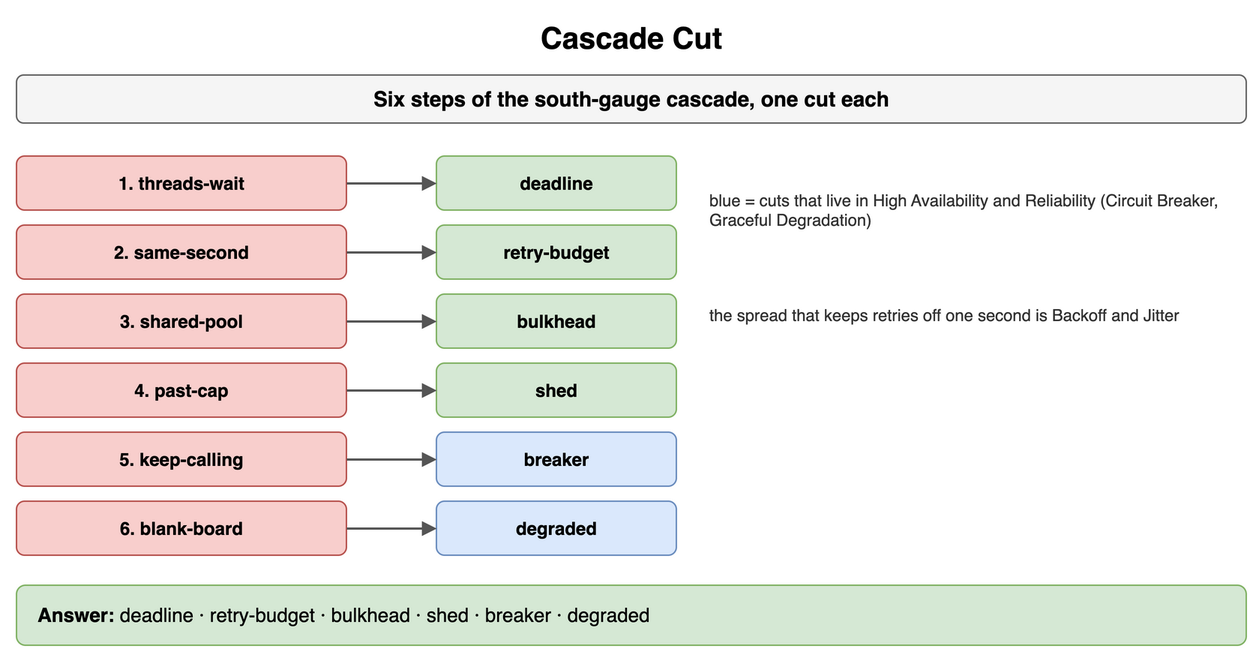
Earlier version of the draw.io export content/09_System_Design_Interview/15_Distributed_System_Failure_Modes/diagrams/failure-modes-drills-8-cascade-cut.png (amendez13/swe-study-guide). Source tidied: cells renumbered, new cells last; positions are measured from the earlier drawing's top-left corner, leaving out a move shared by most shapes. Source of this version:
```xml
<mxGraphModel>
  <root>
    <mxCell id="0" />
    <mxCell id="1" parent="0" />
    <mxCell id="2" value="Cascade Cut" style="text;html=1;align=center;verticalAlign=middle;whiteSpace=wrap;fontSize=20;fontStyle=1;" parent="1" vertex="1">
      <mxGeometry width="820" height="30" as="geometry" />
    </mxCell>
    <mxCell id="3" value="Six steps of the south-gauge cascade, one cut each" style="rounded=1;whiteSpace=wrap;html=1;fillColor=#f5f5f5;strokeColor=#666666;fontStyle=1;fontSize=14;" parent="1" vertex="1">
      <mxGeometry y="40" width="820" height="32" as="geometry" />
    </mxCell>
    <mxCell id="4" value="1. threads-wait" style="rounded=1;whiteSpace=wrap;html=1;fillColor=#f8cecc;strokeColor=#b85450;fontSize=12;align=center;fontStyle=1;" parent="1" vertex="1">
      <mxGeometry y="94" width="220" height="36" as="geometry" />
    </mxCell>
    <mxCell id="5" value="deadline" style="rounded=1;whiteSpace=wrap;html=1;fillColor=#d5e8d4;strokeColor=#82b366;fontSize=12;align=center;fontStyle=1;" parent="1" vertex="1">
      <mxGeometry x="280" y="94" width="160" height="36" as="geometry" />
    </mxCell>
    <mxCell id="6" style="endArrow=block;endSize=6;html=1;strokeWidth=1.5;strokeColor=#555555;fontSize=11;labelBackgroundColor=#ffffff;" parent="1" edge="1" source="4" target="5">
      <mxGeometry relative="1" as="geometry" />
    </mxCell>
    <mxCell id="7" value="2. same-second" style="rounded=1;whiteSpace=wrap;html=1;fillColor=#f8cecc;strokeColor=#b85450;fontSize=12;align=center;fontStyle=1;" parent="1" vertex="1">
      <mxGeometry y="140" width="220" height="36" as="geometry" />
    </mxCell>
    <mxCell id="8" value="retry-budget" style="rounded=1;whiteSpace=wrap;html=1;fillColor=#d5e8d4;strokeColor=#82b366;fontSize=12;align=center;fontStyle=1;" parent="1" vertex="1">
      <mxGeometry x="280" y="140" width="160" height="36" as="geometry" />
    </mxCell>
    <mxCell id="9" style="endArrow=block;endSize=6;html=1;strokeWidth=1.5;strokeColor=#555555;fontSize=11;labelBackgroundColor=#ffffff;" parent="1" edge="1" source="7" target="8">
      <mxGeometry relative="1" as="geometry" />
    </mxCell>
    <mxCell id="10" value="3. shared-pool" style="rounded=1;whiteSpace=wrap;html=1;fillColor=#f8cecc;strokeColor=#b85450;fontSize=12;align=center;fontStyle=1;" parent="1" vertex="1">
      <mxGeometry y="186" width="220" height="36" as="geometry" />
    </mxCell>
    <mxCell id="11" value="bulkhead" style="rounded=1;whiteSpace=wrap;html=1;fillColor=#d5e8d4;strokeColor=#82b366;fontSize=12;align=center;fontStyle=1;" parent="1" vertex="1">
      <mxGeometry x="280" y="186" width="160" height="36" as="geometry" />
    </mxCell>
    <mxCell id="12" style="endArrow=block;endSize=6;html=1;strokeWidth=1.5;strokeColor=#555555;fontSize=11;labelBackgroundColor=#ffffff;" parent="1" edge="1" source="10" target="11">
      <mxGeometry relative="1" as="geometry" />
    </mxCell>
    <mxCell id="13" value="4. past-cap" style="rounded=1;whiteSpace=wrap;html=1;fillColor=#f8cecc;strokeColor=#b85450;fontSize=12;align=center;fontStyle=1;" parent="1" vertex="1">
      <mxGeometry y="232" width="220" height="36" as="geometry" />
    </mxCell>
    <mxCell id="14" value="shed" style="rounded=1;whiteSpace=wrap;html=1;fillColor=#d5e8d4;strokeColor=#82b366;fontSize=12;align=center;fontStyle=1;" parent="1" vertex="1">
      <mxGeometry x="280" y="232" width="160" height="36" as="geometry" />
    </mxCell>
    <mxCell id="15" style="endArrow=block;endSize=6;html=1;strokeWidth=1.5;strokeColor=#555555;fontSize=11;labelBackgroundColor=#ffffff;" parent="1" edge="1" source="13" target="14">
      <mxGeometry relative="1" as="geometry" />
    </mxCell>
    <mxCell id="16" value="5. keep-calling" style="rounded=1;whiteSpace=wrap;html=1;fillColor=#f8cecc;strokeColor=#b85450;fontSize=12;align=center;fontStyle=1;" parent="1" vertex="1">
      <mxGeometry y="278" width="220" height="36" as="geometry" />
    </mxCell>
    <mxCell id="17" value="breaker" style="rounded=1;whiteSpace=wrap;html=1;fillColor=#dae8fc;strokeColor=#6c8ebf;fontSize=12;align=center;fontStyle=1;" parent="1" vertex="1">
      <mxGeometry x="280" y="278" width="160" height="36" as="geometry" />
    </mxCell>
    <mxCell id="18" style="endArrow=block;endSize=6;html=1;strokeWidth=1.5;strokeColor=#555555;fontSize=11;labelBackgroundColor=#ffffff;" parent="1" edge="1" source="16" target="17">
      <mxGeometry relative="1" as="geometry" />
    </mxCell>
    <mxCell id="19" value="6. blank-board" style="rounded=1;whiteSpace=wrap;html=1;fillColor=#f8cecc;strokeColor=#b85450;fontSize=12;align=center;fontStyle=1;" parent="1" vertex="1">
      <mxGeometry y="324" width="220" height="36" as="geometry" />
    </mxCell>
    <mxCell id="20" value="degraded" style="rounded=1;whiteSpace=wrap;html=1;fillColor=#dae8fc;strokeColor=#6c8ebf;fontSize=12;align=center;fontStyle=1;" parent="1" vertex="1">
      <mxGeometry x="280" y="324" width="160" height="36" as="geometry" />
    </mxCell>
    <mxCell id="21" style="endArrow=block;endSize=6;html=1;strokeWidth=1.5;strokeColor=#555555;fontSize=11;labelBackgroundColor=#ffffff;" parent="1" edge="1" source="19" target="20">
      <mxGeometry relative="1" as="geometry" />
    </mxCell>
    <mxCell id="22" value="blue = cuts that live in High Availability and Reliability (Circuit Breaker, Graceful Degradation)" style="text;html=1;whiteSpace=wrap;fontSize=11;align=left;verticalAlign=middle;fontSize=11;fontColor=#333333;" parent="1" vertex="1">
      <mxGeometry x="460" y="100" width="360" height="60" as="geometry" />
    </mxCell>
    <mxCell id="23" value="the spread that keeps retries off one second is Backoff and Jitter" style="text;html=1;whiteSpace=wrap;fontSize=11;align=left;verticalAlign=middle;fontSize=11;fontColor=#333333;" parent="1" vertex="1">
      <mxGeometry x="460" y="180" width="360" height="40" as="geometry" />
    </mxCell>
    <mxCell id="24" value="&lt;b&gt;Answer:&lt;/b&gt; deadline · retry-budget · bulkhead · shed · breaker · degraded" style="rounded=1;whiteSpace=wrap;html=1;fillColor=#d5e8d4;strokeColor=#82b366;fontSize=13;align=left;spacingLeft=12;" parent="1" vertex="1">
      <mxGeometry y="380" width="820" height="40" as="geometry" />
    </mxCell>
  </root>
</mxGraphModel>
```
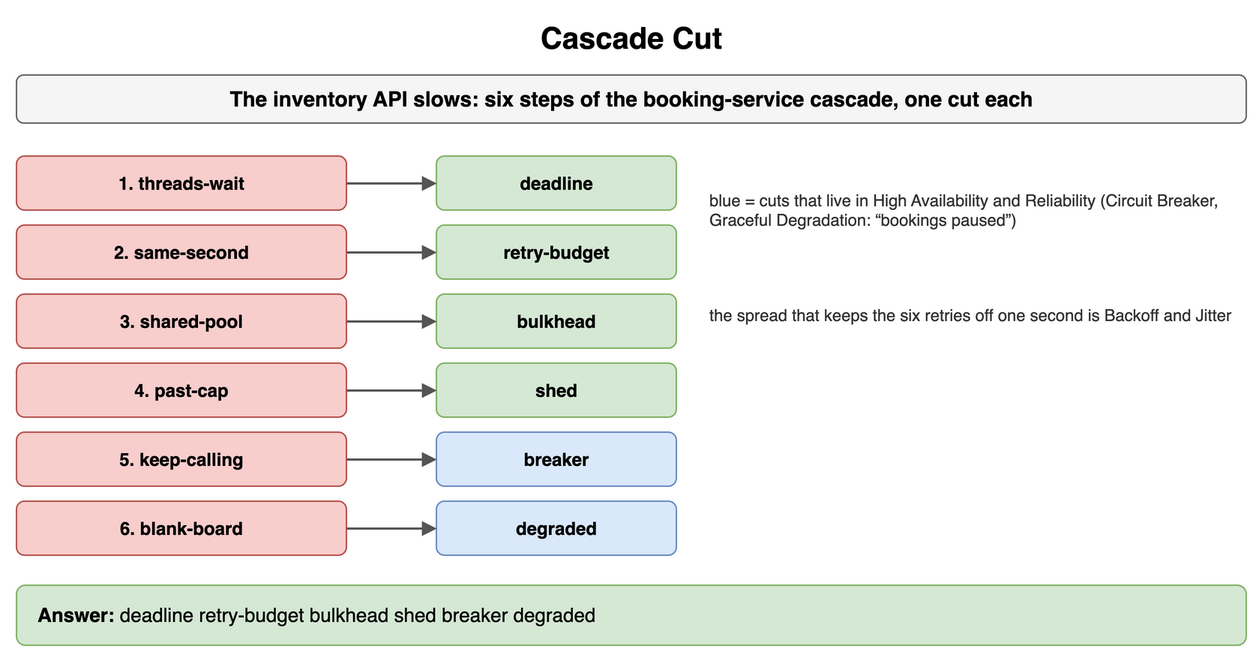
Later version of the same file.

Change to the diagram source:
```diff
@@ -5,7 +5,7 @@
     <mxCell id="2" value="Cascade Cut" style="text;html=1;align=center;verticalAlign=middle;whiteSpace=wrap;fontSize=20;fontStyle=1;" parent="1" vertex="1">
       <mxGeometry width="820" height="30" as="geometry" />
     </mxCell>
-    <mxCell id="3" value="Six steps of the south-gauge cascade, one cut each" style="rounded=1;whiteSpace=wrap;html=1;fillColor=#f5f5f5;strokeColor=#666666;fontStyle=1;fontSize=14;" parent="1" vertex="1">
+    <mxCell id="3" value="The inventory API slows: six steps of the booking-service cascade, one cut each" style="rounded=1;whiteSpace=wrap;html=1;fillColor=#f5f5f5;strokeColor=#666666;fontStyle=1;fontSize=14;" parent="1" vertex="1">
       <mxGeometry y="40" width="820" height="32" as="geometry" />
     </mxCell>
     <mxCell id="4" value="1. threads-wait" style="rounded=1;whiteSpace=wrap;html=1;fillColor=#f8cecc;strokeColor=#b85450;fontSize=12;align=center;fontStyle=1;" parent="1" vertex="1">
@@ -62,13 +62,13 @@
     <mxCell id="21" style="endArrow=block;endSize=6;html=1;strokeWidth=1.5;strokeColor=#555555;fontSize=11;labelBackgroundColor=#ffffff;" parent="1" edge="1" source="19" target="20">
       <mxGeometry relative="1" as="geometry" />
     </mxCell>
-    <mxCell id="22" value="blue = cuts that live in High Availability and Reliability (Circuit Breaker, Graceful Degradation)" style="text;html=1;whiteSpace=wrap;fontSize=11;align=left;verticalAlign=middle;fontSize=11;fontColor=#333333;" parent="1" vertex="1">
+    <mxCell id="22" value="blue = cuts that live in High Availability and Reliability (Circuit Breaker, Graceful Degradation: “bookings paused”)" style="text;html=1;whiteSpace=wrap;fontSize=11;align=left;verticalAlign=middle;fontSize=11;fontColor=#333333;" parent="1" vertex="1">
       <mxGeometry x="460" y="100" width="360" height="60" as="geometry" />
     </mxCell>
-    <mxCell id="23" value="the spread that keeps retries off one second is Backoff and Jitter" style="text;html=1;whiteSpace=wrap;fontSize=11;align=left;verticalAlign=middle;fontSize=11;fontColor=#333333;" parent="1" vertex="1">
+    <mxCell id="23" value="the spread that keeps the six retries off one second is Backoff and Jitter" style="text;html=1;whiteSpace=wrap;fontSize=11;align=left;verticalAlign=middle;fontSize=11;fontColor=#333333;" parent="1" vertex="1">
       <mxGeometry x="460" y="180" width="360" height="40" as="geometry" />
     </mxCell>
-    <mxCell id="24" value="&lt;b&gt;Answer:&lt;/b&gt; deadline · retry-budget · bulkhead · shed · breaker · degraded" style="rounded=1;whiteSpace=wrap;html=1;fillColor=#d5e8d4;strokeColor=#82b366;fontSize=13;align=left;spacingLeft=12;" parent="1" vertex="1">
+    <mxCell id="24" value="&lt;b&gt;Answer:&lt;/b&gt; deadline retry-budget bulkhead shed breaker degraded" style="rounded=1;whiteSpace=wrap;html=1;fillColor=#d5e8d4;strokeColor=#82b366;fontSize=13;align=left;spacingLeft=12;" parent="1" vertex="1">
       <mxGeometry y="380" width="820" height="40" as="geometry" />
     </mxCell>
   </root>
```
